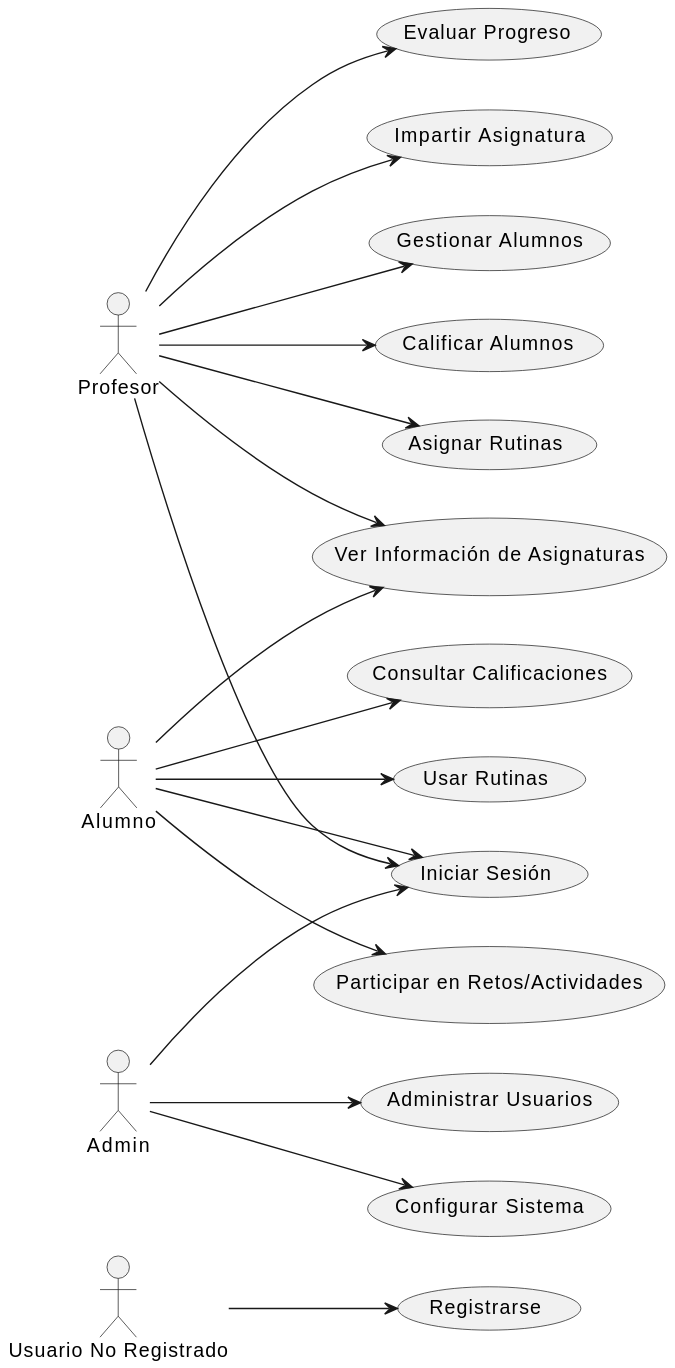
mmasias/24-25-IdSw1-SDR keeps this PlantUML diagram as Documentos/Imagenes/CasosDeUso.svg. Above is the earlier version. The source it was exported from:
```plantuml
@startuml
left to right direction

actor "Usuario No Registrado" as UsuarioNoRegistrado
actor Profesor
actor Alumno
actor Admin

usecase "Registrarse" as UC_Registrarse
usecase "Iniciar Sesión" as UC_IniciarSesion
usecase "Ver Información de Asignaturas" as UC_VerInfoAsignaturas
usecase "Consultar Calificaciones" as UC_ConsultarCalificaciones
usecase "Impartir Asignatura" as UC_ImpartirAsignatura
usecase "Gestionar Alumnos" as UC_GestionarAlumnos
usecase "Administrar Usuarios" as UC_AdministrarUsuarios
usecase "Configurar Sistema" as UC_ConfigurarSistema

usecase "Calificar Alumnos" as UC_CalificarAlumnos
usecase "Asignar Rutinas" as UC_AsignarRutinas
usecase "Evaluar Progreso" as UC_EvaluarProgreso

usecase "Usar Rutinas" as UC_UsarRutinas
usecase "Participar en Retos/Actividades" as UC_ParticiparRetos

UsuarioNoRegistrado --> UC_Registrarse

Alumno --> UC_IniciarSesion
Alumno --> UC_VerInfoAsignaturas
Alumno --> UC_ConsultarCalificaciones
Alumno --> UC_UsarRutinas
Alumno --> UC_ParticiparRetos

Profesor --> UC_IniciarSesion
Profesor --> UC_VerInfoAsignaturas
Profesor --> UC_ImpartirAsignatura
Profesor --> UC_GestionarAlumnos
Profesor --> UC_CalificarAlumnos
Profesor --> UC_AsignarRutinas
Profesor --> UC_EvaluarProgreso

Admin --> UC_IniciarSesion
Admin --> UC_AdministrarUsuarios
Admin --> UC_ConfigurarSistema
@enduml
```
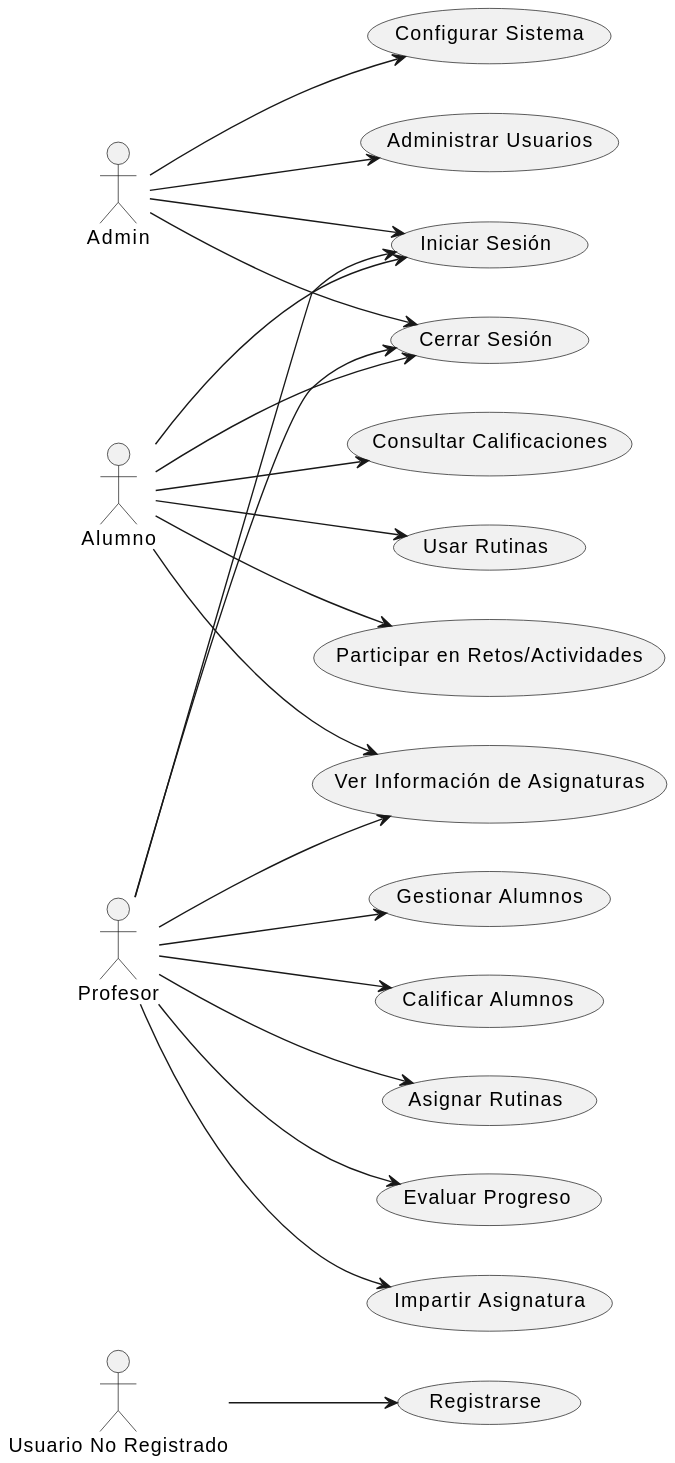
The same file after the commit.

Change to the diagram source:
```diff
@@ -8,6 +8,7 @@
 
 usecase "Registrarse" as UC_Registrarse
 usecase "Iniciar Sesión" as UC_IniciarSesion
+usecase "Cerrar Sesión" as UC_CerrarSesion
 usecase "Ver Información de Asignaturas" as UC_VerInfoAsignaturas
 usecase "Consultar Calificaciones" as UC_ConsultarCalificaciones
 usecase "Impartir Asignatura" as UC_ImpartirAsignatura
@@ -25,12 +26,14 @@
 UsuarioNoRegistrado --> UC_Registrarse
 
 Alumno --> UC_IniciarSesion
+Alumno --> UC_CerrarSesion
 Alumno --> UC_VerInfoAsignaturas
 Alumno --> UC_ConsultarCalificaciones
 Alumno --> UC_UsarRutinas
 Alumno --> UC_ParticiparRetos
 
 Profesor --> UC_IniciarSesion
+Profesor --> UC_CerrarSesion
 Profesor --> UC_VerInfoAsignaturas
 Profesor --> UC_ImpartirAsignatura
 Profesor --> UC_GestionarAlumnos
@@ -39,6 +42,7 @@
 Profesor --> UC_EvaluarProgreso
 
 Admin --> UC_IniciarSesion
+Admin --> UC_CerrarSesion
 Admin --> UC_AdministrarUsuarios
 Admin --> UC_ConfigurarSistema
 @enduml
```
